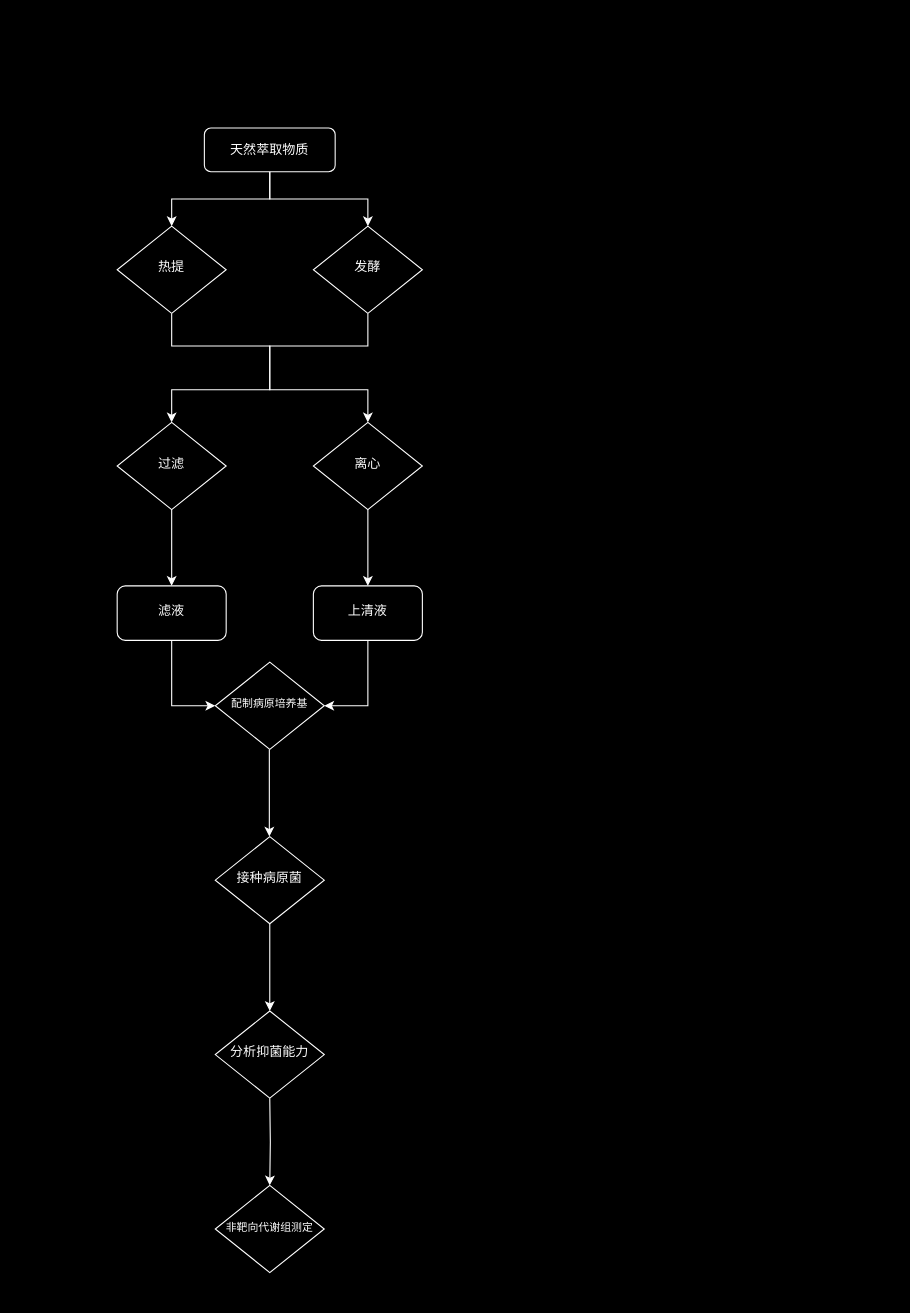
Earlier version of the draw.io diagram 未命名绘图.drawio (ElinM-Challenge/ElinM-Challenge). Source tidied: cells renumbered, new cells numbered last; positions are measured from the earlier drawing's top-left corner, leaving out a move shared by most shapes. Both pictures are drawn from the tidied source at 109%, with x=0, y=0 at pixel (19, 95).
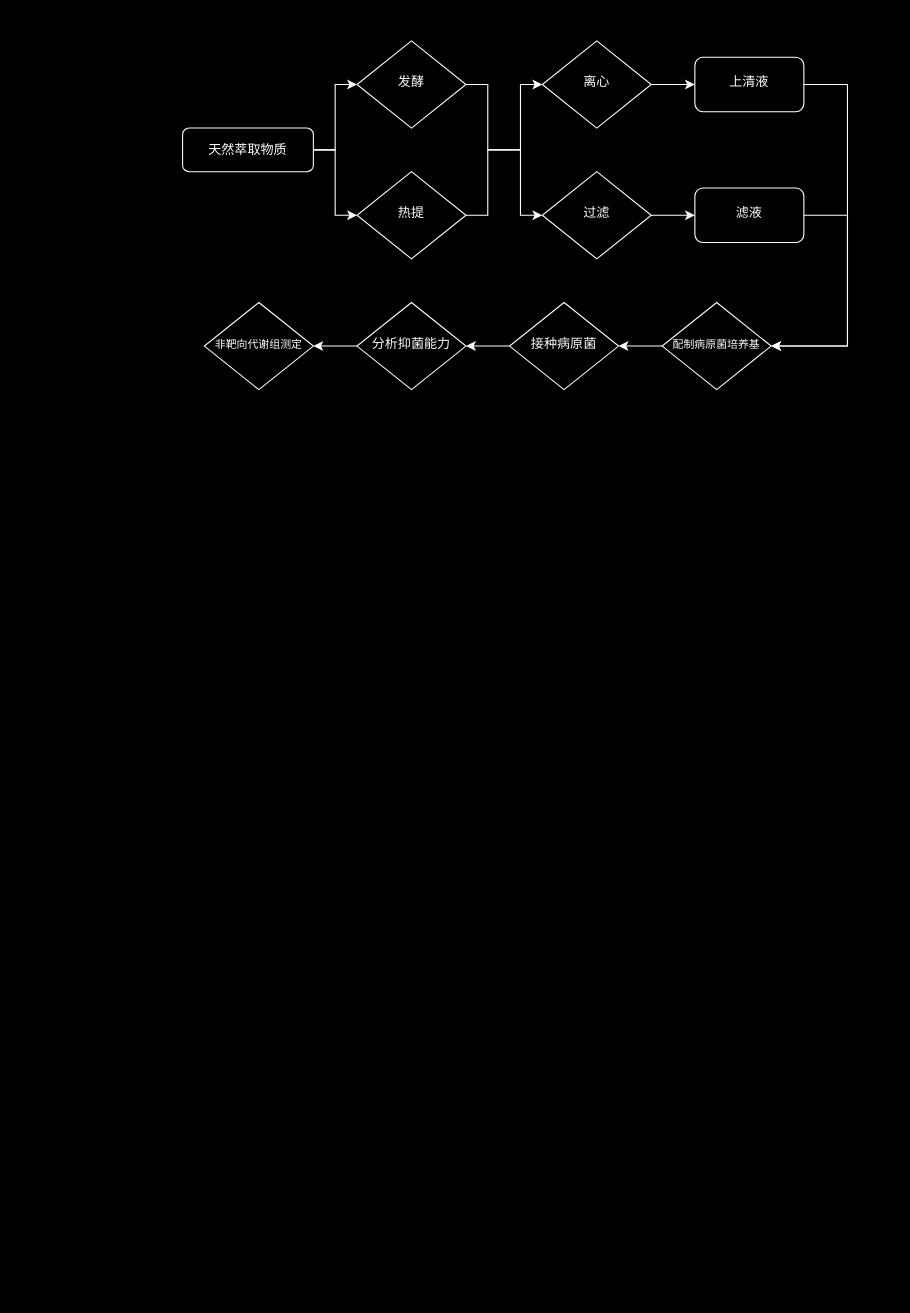
The same diagram, later.

The edit, as a diff of the source:
```diff
@@
-    <mxCell id="2" style="rounded=0;whiteSpace=wrap;html=1;fillColor=#000000;" parent="1" vertex="1">
-      <mxGeometry width="460" height="1100" as="geometry" />
+    <mxCell id="2" style="rounded=0;whiteSpace=wrap;html=1;fillColor=#000000;direction=south;" parent="1" vertex="1">
+      <mxGeometry x="110" y="-70" width="690" height="360" as="geometry" />
     </mxCell>
-    <mxCell id="3" style="edgeStyle=orthogonalEdgeStyle;rounded=0;jettySize=auto;html=1;strokeColor=#FFFFFF;" parent="1" edge="1" source="4" target="6">
-      <mxGeometry relative="1" as="geometry" />
-    </mxCell>
+    <mxCell id="11" style="edgeStyle=orthogonalEdgeStyle;rounded=0;jettySize=auto;html=1;strokeColor=#FFFFFF;" parent="1" edge="1" source="4" target="10">
+      <mxGeometry relative="1" as="geometry" />
+    </mxCell>
     <mxCell id="4" value="天然萃取物质" style="rounded=1;whiteSpace=wrap;html=1;fontSize=12;glass=0;strokeWidth=1;shadow=0;labelBackgroundColor=none;fillColor=#000000;fontColor=#FFFFFF;strokeColor=#FAFAFA;" parent="1" vertex="1">
-      <mxGeometry x="170" y="30" width="120" height="40" as="geometry" />
+      <mxGeometry x="150" y="30" width="120" height="40" as="geometry" />
     </mxCell>
-    <mxCell id="5" style="edgeStyle=orthogonalEdgeStyle;rounded=0;jettySize=auto;html=1;strokeColor=#FFFFFF;exitX=0.5;exitY=1;exitDx=0;exitDy=0;entryX=0.5;entryY=0;entryDx=0;entryDy=0;" parent="1" edge="1" source="6" target="8">
-      <mxGeometry relative="1" as="geometry">
-        <Array as="points">
-          <mxPoint x="140" y="230" />
-          <mxPoint x="230" y="230" />
-          <mxPoint x="230" y="270" />
-          <mxPoint x="320" y="270" />
-        </Array>
-      </mxGeometry>
-    </mxCell>
     <mxCell id="6" value="热提" style="rhombus;whiteSpace=wrap;html=1;shadow=0;fontFamily=Helvetica;fontSize=12;align=center;strokeWidth=1;spacing=6;spacingTop=-4;fontColor=#FCFCFC;fillColor=#000000;strokeColor=#FFFFFF;" parent="1" vertex="1">
-      <mxGeometry x="90" y="120" width="100" height="80" as="geometry" />
+      <mxGeometry x="310" y="70" width="100" height="80" as="geometry" />
     </mxCell>
-    <mxCell id="7" style="edgeStyle=orthogonalEdgeStyle;rounded=0;jettySize=auto;html=1;strokeColor=#FFFFFF;" parent="1" edge="1" source="8" target="19">
-      <mxGeometry relative="1" as="geometry" />
-    </mxCell>
+    <mxCell id="25" style="edgeStyle=orthogonalEdgeStyle;rounded=0;jettySize=auto;html=1;" parent="1" edge="1" source="8" target="19">
+      <mxGeometry relative="1" as="geometry" />
+    </mxCell>
+    <mxCell id="26" style="edgeStyle=orthogonalEdgeStyle;rounded=0;jettySize=auto;html=1;strokeColor=#FFFFFF;" parent="1" edge="1" source="8" target="19">
+      <mxGeometry relative="1" as="geometry" />
+    </mxCell>
     <mxCell id="8" value="离心" style="rhombus;whiteSpace=wrap;html=1;shadow=0;fontFamily=Helvetica;fontSize=12;align=center;strokeWidth=1;spacing=6;spacingTop=-4;fontColor=#FCFCFC;fillColor=#000000;strokeColor=#FFFFFF;" parent="1" vertex="1">
-      <mxGeometry x="270" y="300" width="100" height="80" as="geometry" />
+      <mxGeometry x="480" y="-50" width="100" height="80" as="geometry" />
     </mxCell>
-    <mxCell id="9" style="edgeStyle=orthogonalEdgeStyle;rounded=0;jettySize=auto;html=1;entryX=0.5;entryY=0;entryDx=0;entryDy=0;strokeColor=#FFFFFF;exitX=0.5;exitY=1;exitDx=0;exitDy=0;" parent="1" edge="1" source="10" target="13">
-      <mxGeometry relative="1" as="geometry">
-        <Array as="points">
-          <mxPoint x="320" y="230" />
-          <mxPoint x="230" y="230" />
-          <mxPoint x="230" y="270" />
-          <mxPoint x="140" y="270" />
-        </Array>
-      </mxGeometry>
-    </mxCell>
     <mxCell id="10" value="发酵" style="rhombus;whiteSpace=wrap;html=1;shadow=0;fontFamily=Helvetica;fontSize=12;align=center;strokeWidth=1;spacing=6;spacingTop=-4;fontColor=#FCFCFC;fillColor=#000000;strokeColor=#FFFFFF;" parent="1" vertex="1">
-      <mxGeometry x="270" y="120" width="100" height="80" as="geometry" />
+      <mxGeometry x="310" y="-50" width="100" height="80" as="geometry" />
     </mxCell>
-    <mxCell id="11" style="edgeStyle=orthogonalEdgeStyle;rounded=0;jettySize=auto;html=1;entryX=0.5;entryY=0;entryDx=0;entryDy=0;exitX=0.5;exitY=1;exitDx=0;exitDy=0;strokeColor=#FFFFFF;" parent="1" edge="1" source="4" target="10">
-      <mxGeometry relative="1" as="geometry" />
-    </mxCell>
-    <mxCell id="12" style="edgeStyle=orthogonalEdgeStyle;rounded=0;jettySize=auto;html=1;strokeColor=#FFFFFF;" parent="1" edge="1" source="13" target="21">
-      <mxGeometry relative="1" as="geometry" />
-    </mxCell>
     <mxCell id="13" value="&lt;font style=&quot;font-size: 12px;&quot;&gt;过滤&lt;/font&gt;" style="rhombus;whiteSpace=wrap;html=1;shadow=0;fontFamily=Helvetica;fontSize=12;align=center;strokeWidth=1;spacing=6;spacingTop=-4;fontColor=#FCFCFC;fillColor=#000000;strokeColor=#FFFFFF;" parent="1" vertex="1">
-      <mxGeometry x="90" y="300" width="100" height="80" as="geometry" />
+      <mxGeometry x="480" y="70" width="100" height="80" as="geometry" />
     </mxCell>
@@
     <mxCell id="15" value="接种病原菌" style="rhombus;whiteSpace=wrap;html=1;shadow=0;fontFamily=Helvetica;fontSize=12;align=center;strokeWidth=1;spacing=6;spacingTop=-4;fontColor=#FCFCFC;fillColor=#000000;strokeColor=#FFFFFF;" parent="1" vertex="1">
-      <mxGeometry x="180" y="680" width="100" height="80" as="geometry" />
+      <mxGeometry x="450" y="190" width="100" height="80" as="geometry" />
     </mxCell>
+    <mxCell id="27" style="edgeStyle=orthogonalEdgeStyle;rounded=0;jettySize=auto;html=1;strokeColor=#FFFFFF;" parent="1" edge="1" source="16" target="24">
+      <mxGeometry relative="1" as="geometry" />
+    </mxCell>
     <mxCell id="16" value="分析抑菌能力" style="rhombus;whiteSpace=wrap;html=1;shadow=0;fontFamily=Helvetica;fontSize=12;align=center;strokeWidth=1;spacing=6;spacingTop=-4;fontColor=#FCFCFC;fillColor=#000000;strokeColor=#FFFFFF;" parent="1" vertex="1">
-      <mxGeometry x="180" y="840" width="100" height="80" as="geometry" />
+      <mxGeometry x="310" y="190" width="100" height="80" as="geometry" />
     </mxCell>
+    <mxCell id="28" style="edgeStyle=orthogonalEdgeStyle;rounded=0;jettySize=auto;html=1;strokeColor=#FFFFFF;" parent="1" edge="1" source="17" target="15">
+      <mxGeometry relative="1" as="geometry" />
+    </mxCell>
-    <mxCell id="17" value="配制病原培养基" style="rhombus;whiteSpace=wrap;html=1;shadow=0;fontFamily=Helvetica;fontSize=10;align=center;strokeWidth=1;spacing=6;spacingTop=-4;fontColor=#FCFCFC;fillColor=#000000;strokeColor=#FFFFFF;" parent="1" vertex="1">
-      <mxGeometry x="180" y="520" width="100" height="80" as="geometry" />
+    <mxCell id="17" value="配制病原菌培养基" style="rhombus;whiteSpace=wrap;html=1;shadow=0;fontFamily=Helvetica;fontSize=10;align=center;strokeWidth=1;spacing=6;spacingTop=-4;fontColor=#FCFCFC;fillColor=#000000;strokeColor=#FFFFFF;" parent="1" vertex="1">
+      <mxGeometry x="590" y="190" width="100" height="80" as="geometry" />
     </mxCell>
-    <mxCell id="18" style="edgeStyle=orthogonalEdgeStyle;rounded=0;orthogonalLoop=1;jettySize=auto;html=1;strokeColor=#FFFFFF;" parent="1" edge="1">
-      <mxGeometry relative="1" as="geometry">
-        <mxPoint x="229.6" y="600" as="sourcePoint" />
-        <mxPoint x="229.6" y="680" as="targetPoint" />
-      </mxGeometry>
-    </mxCell>
     <mxCell id="19" value="上清液" style="rounded=1;whiteSpace=wrap;html=1;fillColor=#000000;strokeColor=#FFFFFF;fontColor=#FCFCFC;shadow=0;strokeWidth=1;spacing=6;spacingTop=-4;" parent="1" vertex="1">
-      <mxGeometry x="270" y="450" width="100" height="50" as="geometry" />
+      <mxGeometry x="620" y="-35" width="100" height="50" as="geometry" />
     </mxCell>
-    <mxCell id="20" style="edgeStyle=orthogonalEdgeStyle;rounded=0;jettySize=auto;html=1;strokeColor=#FFFFFF;entryX=0;entryY=0.5;entryDx=0;entryDy=0;" parent="1" edge="1" source="21" target="17">
-      <mxGeometry relative="1" as="geometry" />
-    </mxCell>
     <mxCell id="21" value="滤液" style="rounded=1;whiteSpace=wrap;html=1;fillColor=#000000;strokeColor=#FFFFFF;fontColor=#FCFCFC;shadow=0;strokeWidth=1;spacing=6;spacingTop=-4;" parent="1" vertex="1">
-      <mxGeometry x="90" y="450" width="100" height="50" as="geometry" />
+      <mxGeometry x="620" y="85" width="100" height="50" as="geometry" />
     </mxCell>
-    <mxCell id="22" style="edgeStyle=orthogonalEdgeStyle;rounded=0;jettySize=auto;html=1;strokeColor=#FFFFFF;entryX=1;entryY=0.5;entryDx=0;entryDy=0;exitX=0.5;exitY=1;exitDx=0;exitDy=0;" parent="1" edge="1" source="19" target="17">
-      <mxGeometry relative="1" as="geometry" />
-    </mxCell>
-    <mxCell id="23" style="edgeStyle=orthogonalEdgeStyle;rounded=0;jettySize=auto;html=1;strokeColor=#FFFFFF;" parent="1" edge="1" target="24">
-      <mxGeometry relative="1" as="geometry">
-        <mxPoint x="230" y="920" as="sourcePoint" />
-      </mxGeometry>
-    </mxCell>
     <mxCell id="24" value="非靶向代谢组测定" style="rhombus;whiteSpace=wrap;html=1;shadow=0;fontFamily=Helvetica;fontSize=10;align=center;strokeWidth=1;spacing=6;spacingTop=-4;fontColor=#FCFCFC;fillColor=#000000;strokeColor=#FFFFFF;" parent="1" vertex="1">
-      <mxGeometry x="180" y="1000" width="100" height="80" as="geometry" />
+      <mxGeometry x="170" y="190" width="100" height="80" as="geometry" />
     </mxCell>
+    <mxCell id="3" style="edgeStyle=orthogonalEdgeStyle;rounded=0;jettySize=auto;html=1;strokeColor=#FFFFFF;entryX=0;entryY=0.5;entryDx=0;entryDy=0;exitX=1;exitY=0.5;exitDx=0;exitDy=0;" parent="1" edge="1" source="4" target="6">
+      <mxGeometry relative="1" as="geometry" />
+    </mxCell>
+    <mxCell id="5" style="edgeStyle=orthogonalEdgeStyle;rounded=0;jettySize=auto;html=1;strokeColor=#FFFFFF;entryX=0;entryY=0.5;entryDx=0;entryDy=0;exitX=1;exitY=0.5;exitDx=0;exitDy=0;" parent="1" edge="1" source="6" target="8">
+      <mxGeometry relative="1" as="geometry">
+        <Array as="points">
+          <mxPoint x="430" y="110" />
+          <mxPoint x="430" y="50" />
+          <mxPoint x="460" y="50" />
+          <mxPoint x="460" y="-10" />
+        </Array>
+      </mxGeometry>
+    </mxCell>
+    <mxCell id="9" style="edgeStyle=orthogonalEdgeStyle;rounded=0;jettySize=auto;html=1;strokeColor=#FFFFFF;entryX=0;entryY=0.5;entryDx=0;entryDy=0;exitX=1;exitY=0.5;exitDx=0;exitDy=0;" parent="1" edge="1" source="10" target="13">
+      <mxGeometry relative="1" as="geometry">
+        <Array as="points">
+          <mxPoint x="430" y="-10" />
+          <mxPoint x="430" y="50" />
+          <mxPoint x="460" y="50" />
+          <mxPoint x="460" y="110" />
+        </Array>
+      </mxGeometry>
+    </mxCell>
+    <mxCell id="12" style="edgeStyle=orthogonalEdgeStyle;rounded=0;jettySize=auto;html=1;strokeColor=#FFFFFF;entryX=0;entryY=0.5;entryDx=0;entryDy=0;exitX=1;exitY=0.5;exitDx=0;exitDy=0;" parent="1" edge="1" source="13" target="21">
+      <mxGeometry relative="1" as="geometry" />
+    </mxCell>
+    <mxCell id="29" style="edgeStyle=orthogonalEdgeStyle;rounded=0;jettySize=auto;html=1;strokeColor=#FFFFFF;entryX=1;entryY=0.5;entryDx=0;entryDy=0;" parent="1" edge="1" target="17">
+      <mxGeometry relative="1" as="geometry">
+        <mxPoint x="720" y="-10" as="sourcePoint" />
+        <Array as="points">
+          <mxPoint x="760" y="-10" />
+          <mxPoint x="760" y="230" />
+        </Array>
+      </mxGeometry>
+    </mxCell>
+    <mxCell id="30" style="edgeStyle=orthogonalEdgeStyle;rounded=0;jettySize=auto;html=1;strokeColor=#FFFFFF;entryX=1;entryY=0.5;entryDx=0;entryDy=0;" parent="1" edge="1" target="17">
+      <mxGeometry relative="1" as="geometry">
+        <mxPoint x="720" y="110" as="sourcePoint" />
+        <Array as="points">
+          <mxPoint x="760" y="110" />
+          <mxPoint x="760" y="230" />
+        </Array>
+      </mxGeometry>
+    </mxCell>
```
